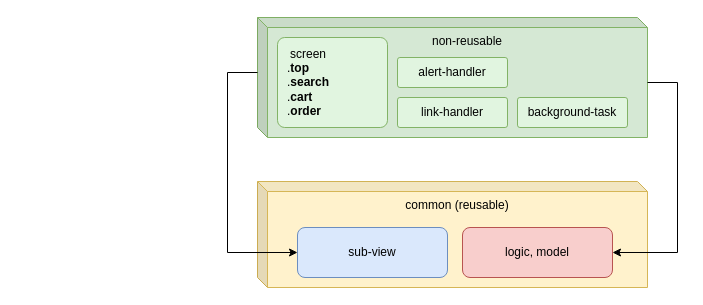
The draw.io diagram page "Page-3" (3 of 3) of GiaiThichVeDependency.drawio in trungnguyenthien/public, before the edit. Source tidied: cells renumbered, new cells numbered last; positions are measured from the earlier drawing's top-left corner, leaving out a move shared by most shapes. Both pictures are drawn from the tidied source at 100%, with x=0, y=0 at pixel (227, 17).
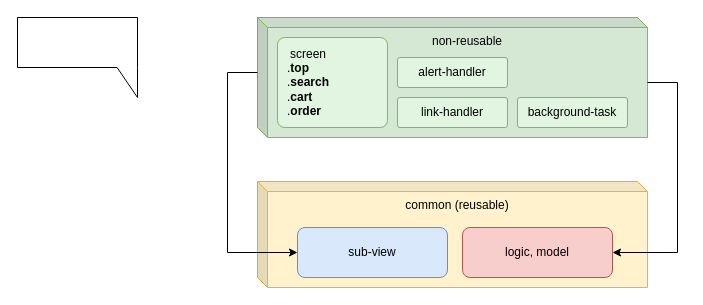
Above is the later version.

Diff of the diagram source:
```diff
@@
 <mxGraphModel>
   <root>
     <mxCell id="0" />
     <mxCell id="1" parent="0" />
     <mxCell id="2" value="&lt;span&gt;non-reusable&lt;br&gt;&lt;/span&gt;" style="shape=cube;whiteSpace=wrap;html=1;boundedLbl=1;backgroundOutline=1;darkOpacity=0.05;darkOpacity2=0.1;size=10;align=center;spacingLeft=20;fillColor=#d5e8d4;strokeColor=#82b366;verticalAlign=top;fontStyle=0;" parent="1" vertex="1">
       <mxGeometry x="30" width="390" height="120" as="geometry" />
     </mxCell>
     <mxCell id="3" value="common (reusable)" style="shape=cube;whiteSpace=wrap;html=1;boundedLbl=1;backgroundOutline=1;darkOpacity=0.05;darkOpacity2=0.1;rounded=1;glass=0;sketch=0;fontSize=12;fillColor=#fff2cc;strokeColor=#d6b656;size=10;verticalAlign=top;" parent="1" vertex="1">
       <mxGeometry x="30" y="164" width="390" height="106" as="geometry" />
     </mxCell>
     <mxCell id="4" value="sub-view" style="rounded=1;whiteSpace=wrap;html=1;glass=0;sketch=0;fontSize=12;fillColor=#dae8fc;strokeColor=#6c8ebf;" parent="1" vertex="1">
       <mxGeometry x="70" y="210" width="150" height="50" as="geometry" />
     </mxCell>
     <mxCell id="5" value="logic, model" style="rounded=1;whiteSpace=wrap;html=1;glass=0;sketch=0;fontSize=12;fillColor=#f8cecc;strokeColor=#b85450;" parent="1" vertex="1">
       <mxGeometry x="235" y="210" width="150" height="50" as="geometry" />
     </mxCell>
     <mxCell id="6" value="&lt;div style=&quot;text-align: center&quot;&gt;&lt;span&gt;screen&lt;/span&gt;&lt;/div&gt;&lt;span&gt;.&lt;/span&gt;&lt;b&gt;top&lt;/b&gt;&lt;br&gt;&lt;span&gt;.&lt;/span&gt;&lt;b&gt;search&lt;/b&gt;&lt;br&gt;&lt;span&gt;.&lt;/span&gt;&lt;b&gt;cart&lt;/b&gt;&lt;br&gt;&lt;span&gt;.&lt;/span&gt;&lt;b&gt;order&lt;/b&gt;" style="rounded=1;whiteSpace=wrap;html=1;glass=0;sketch=0;fontSize=12;fillColor=#E1F5E0;strokeColor=#82b366;align=left;arcSize=8;spacing=10;" parent="1" vertex="1">
       <mxGeometry x="50" y="20" width="110" height="90" as="geometry" />
     </mxCell>
     <mxCell id="7" value="alert-handler" style="rounded=1;whiteSpace=wrap;html=1;glass=0;sketch=0;fontSize=12;fillColor=#E1F5E0;strokeColor=#82b366;align=center;arcSize=8;spacing=0;verticalAlign=middle;" parent="1" vertex="1">
       <mxGeometry x="170" y="40" width="110" height="30" as="geometry" />
     </mxCell>
     <mxCell id="8" value="link-handler" style="rounded=1;whiteSpace=wrap;html=1;glass=0;sketch=0;fontSize=12;fillColor=#E1F5E0;strokeColor=#82b366;align=center;arcSize=8;spacing=0;verticalAlign=middle;" parent="1" vertex="1">
       <mxGeometry x="170" y="80" width="110" height="30" as="geometry" />
     </mxCell>
     <mxCell id="9" value="background-task" style="rounded=1;whiteSpace=wrap;html=1;glass=0;sketch=0;fontSize=12;fillColor=#E1F5E0;strokeColor=#82b366;align=center;arcSize=8;spacing=0;verticalAlign=middle;" parent="1" vertex="1">
       <mxGeometry x="290" y="80" width="110" height="30" as="geometry" />
     </mxCell>
     <mxCell id="10" style="edgeStyle=orthogonalEdgeStyle;rounded=0;jettySize=auto;html=1;fontSize=12;endArrow=classic;endFill=1;strokeWidth=1;entryX=0;entryY=0.5;entryDx=0;entryDy=0;exitX=0;exitY=0;exitDx=0;exitDy=55;exitPerimeter=0;" parent="1" edge="1" source="2" target="4">
       <mxGeometry relative="1" as="geometry">
         <Array as="points">
           <mxPoint y="55" />
           <mxPoint y="235" />
         </Array>
       </mxGeometry>
     </mxCell>
     <mxCell id="11" style="edgeStyle=orthogonalEdgeStyle;rounded=0;jettySize=auto;html=1;exitX=0;exitY=0;exitDx=390;exitDy=65;exitPerimeter=0;entryX=1;entryY=0.5;entryDx=0;entryDy=0;" parent="1" edge="1" source="2" target="5">
       <mxGeometry relative="1" as="geometry">
         <Array as="points">
           <mxPoint x="450" y="65" />
           <mxPoint x="450" y="235" />
         </Array>
       </mxGeometry>
     </mxCell>
+    <mxCell id="12" style="shape=callout;whiteSpace=wrap;html=1;perimeter=calloutPerimeter;position2=1;base=60;size=30;position=0.83;" parent="1" vertex="1">
+      <mxGeometry x="-210" width="120" height="80" as="geometry" />
+    </mxCell>
   </root>
 </mxGraphModel>
```
